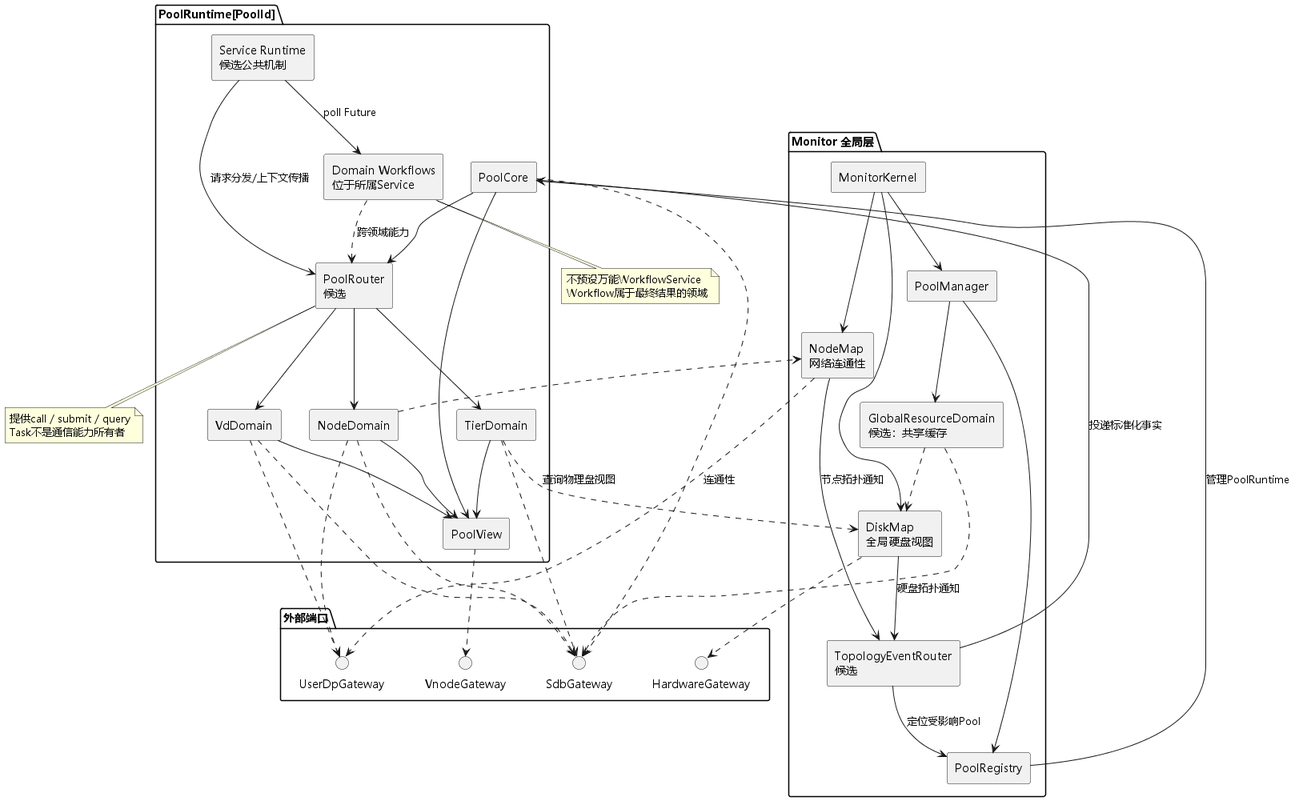
limushu/runtime keeps this PlantUML diagram as pool-control-plane-baseline/assets/control-plane-components.png. Above is the earlier version.
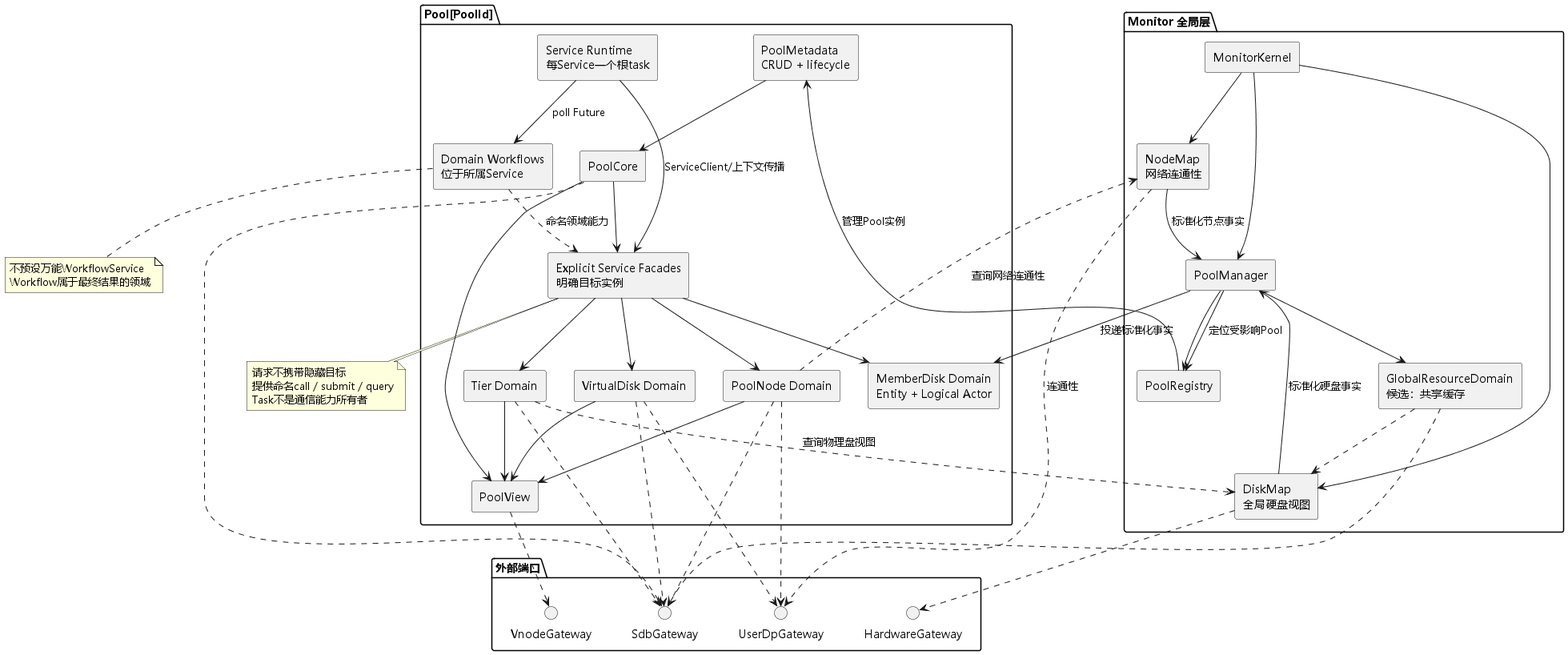
Later version of the same file.

The edit, as a diff of the source:
```diff
@@ -10,19 +10,20 @@
   component PoolRegistry
   component "DiskMap\n全局硬盘视图" as DiskMap
   component "NodeMap\n网络连通性" as NodeMap
-  component "TopologyEventRouter\n候选" as TopoRouter
   component "GlobalResourceDomain\n候选：共享缓存" as GlobalResource
 }
 
-package "PoolRuntime[PoolId]" {
+package "Pool[PoolId]" {
+  component "PoolMetadata\nCRUD + lifecycle" as PoolMetadata
   component PoolCore
-  component TierDomain
-  component VdDomain
-  component NodeDomain
+  component "MemberDisk Domain\nEntity + Logical Actor" as MemberDiskDomain
+  component "Tier Domain" as TierDomain
+  component "VirtualDisk Domain" as VdDomain
+  component "PoolNode Domain" as NodeDomain
   component "Domain Workflows\n位于所属Service" as Workflow
-  component "Service Runtime\n候选公共机制" as ServiceRuntime
+  component "Service Runtime\n每Service一个根task" as ServiceRuntime
   component PoolView
-  component "PoolRouter\n候选" as Router
+  component "Explicit Service Facades\n明确目标实例" as Facades
 }
 
 package "外部端口" {
@@ -37,19 +38,21 @@
 MonitorKernel --> NodeMap
 PoolManager --> PoolRegistry
 PoolManager --> GlobalResource
-PoolRegistry --> PoolCore : 管理PoolRuntime
-DiskMap --> TopoRouter : 硬盘拓扑通知
-NodeMap --> TopoRouter : 节点拓扑通知
-TopoRouter --> PoolRegistry : 定位受影响Pool
-TopoRouter --> PoolCore : 投递标准化事实
+PoolRegistry --> PoolMetadata : 管理Pool实例
+DiskMap --> PoolManager : 标准化硬盘事实
+NodeMap --> PoolManager : 标准化节点事实
+PoolManager --> PoolRegistry : 定位受影响Pool
+PoolManager --> MemberDiskDomain : 投递标准化事实
 
-PoolCore --> Router
-Router --> TierDomain
-Router --> VdDomain
-Router --> NodeDomain
-Workflow ..> Router : 跨领域能力
+PoolMetadata --> PoolCore
+PoolCore --> Facades
+Facades --> MemberDiskDomain
+Facades --> TierDomain
+Facades --> VdDomain
+Facades --> NodeDomain
+Workflow ..> Facades : 命名领域能力
 ServiceRuntime --> Workflow : poll Future
-ServiceRuntime --> Router : 请求分发/上下文传播
+ServiceRuntime --> Facades : ServiceClient/上下文传播
 PoolCore --> PoolView
 TierDomain --> PoolView
 VdDomain --> PoolView
@@ -74,8 +77,9 @@
 Workflow属于最终结果的领域
 end note
 
-note bottom of Router
-提供call / submit / query
+note bottom of Facades
+请求不携带隐藏目标
+提供命名call / submit / query
 Task不是通信能力所有者
 end note
 @enduml
```
